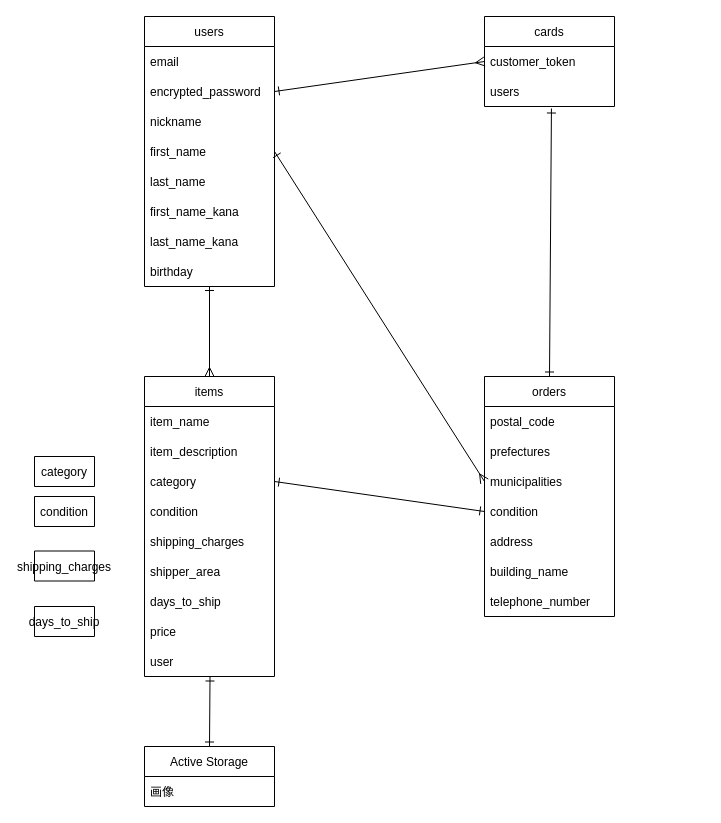
Before: er.dio in iamryoman/furima-15744, a draw.io diagram. Source tidied: cells renumbered, new cells numbered last; positions are measured from the earlier drawing's top-left corner, leaving out a move shared by most shapes. Both pictures are drawn from the tidied source at 100%, with x=0, y=0 at pixel (34, 16).
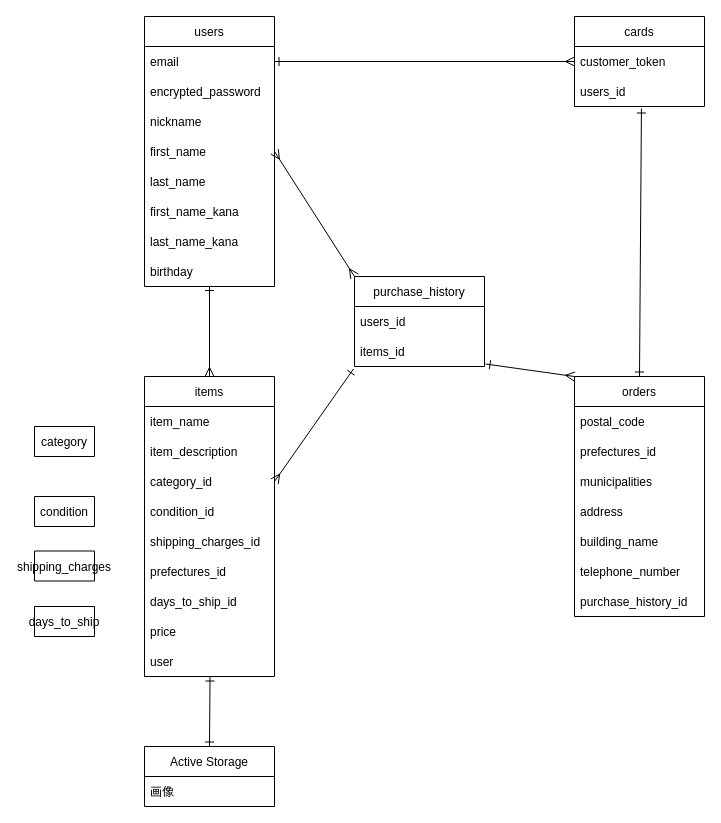
The same page after the edit.

The change refers to these unchanged cells:
```xml
<mxCell id="3" value="email" style="text;strokeColor=none;fillColor=none;align=left;verticalAlign=middle;spacingLeft=4;spacingRight=4;overflow=hidden;points=[[0,0.5],[1,0.5]];portConstraint=eastwest;" parent="2" vertex="1">
  <mxGeometry y="30" width="130" height="30" as="geometry" />
</mxCell>
<mxCell id="4" value="encrypted_password" style="text;strokeColor=none;fillColor=none;align=left;verticalAlign=middle;spacingLeft=4;spacingRight=4;overflow=hidden;points=[[0,0.5],[1,0.5]];portConstraint=eastwest;" parent="2" vertex="1">
  <mxGeometry y="60" width="130" height="30" as="geometry" />
</mxCell>
<mxCell id="6" value="first_name" style="text;strokeColor=none;fillColor=none;align=left;verticalAlign=middle;spacingLeft=4;spacingRight=4;overflow=hidden;points=[[0,0.5],[1,0.5]];portConstraint=eastwest;" parent="2" vertex="1">
  <mxGeometry y="120" width="130" height="30" as="geometry" />
</mxCell>
<mxCell id="11" value="items" style="swimlane;fontStyle=0;horizontal=1;startSize=30;" parent="1" vertex="1">
  <mxGeometry x="110" y="360" width="130" height="300" as="geometry" />
</mxCell>
<mxCell id="26" value="municipalities" style="text;strokeColor=none;fillColor=none;align=left;verticalAlign=middle;spacingLeft=4;spacingRight=4;overflow=hidden;points=[[0,0.5],[1,0.5]];portConstraint=eastwest;" parent="23" vertex="1">
  <mxGeometry y="90" width="130" height="30" as="geometry" />
</mxCell>
<mxCell id="32" value="customer_token" style="text;strokeColor=none;fillColor=none;align=left;verticalAlign=middle;spacingLeft=4;spacingRight=4;overflow=hidden;points=[[0,0.5],[1,0.5]];portConstraint=eastwest;" parent="31" vertex="1">
  <mxGeometry y="30" width="130" height="30" as="geometry" />
</mxCell>
```

The edit, as a diff of the source:
```diff
@@
-    <mxCell id="14" value="category" style="text;strokeColor=none;fillColor=none;align=left;verticalAlign=middle;spacingLeft=4;spacingRight=4;overflow=hidden;points=[[0,0.5],[1,0.5]];portConstraint=eastwest;" parent="11" vertex="1">
+    <mxCell id="14" value="category_id" style="text;strokeColor=none;fillColor=none;align=left;verticalAlign=middle;spacingLeft=4;spacingRight=4;overflow=hidden;points=[[0,0.5],[1,0.5]];portConstraint=eastwest;" parent="11" vertex="1">
       <mxGeometry y="90" width="130" height="30" as="geometry" />
     </mxCell>
-    <mxCell id="15" value="condition" style="text;strokeColor=none;fillColor=none;align=left;verticalAlign=middle;spacingLeft=4;spacingRight=4;overflow=hidden;" parent="11" vertex="1">
+    <mxCell id="15" value="condition_id" style="text;strokeColor=none;fillColor=none;align=left;verticalAlign=middle;spacingLeft=4;spacingRight=4;overflow=hidden;" parent="11" vertex="1">
       <mxGeometry y="120" width="130" height="30" as="geometry" />
     </mxCell>
-    <mxCell id="16" value="shipping_charges" style="text;strokeColor=none;fillColor=none;align=left;verticalAlign=middle;spacingLeft=4;spacingRight=4;overflow=hidden;" parent="11" vertex="1">
+    <mxCell id="16" value="shipping_charges_id" style="text;strokeColor=none;fillColor=none;align=left;verticalAlign=middle;spacingLeft=4;spacingRight=4;overflow=hidden;" parent="11" vertex="1">
       <mxGeometry y="150" width="130" height="30" as="geometry" />
     </mxCell>
-    <mxCell id="17" value="shipper_area" style="text;strokeColor=none;fillColor=none;align=left;verticalAlign=middle;spacingLeft=4;spacingRight=4;overflow=hidden;" parent="11" vertex="1">
+    <mxCell id="17" value="prefectures_id" style="text;strokeColor=none;fillColor=none;align=left;verticalAlign=middle;spacingLeft=4;spacingRight=4;overflow=hidden;" parent="11" vertex="1">
       <mxGeometry y="180" width="130" height="30" as="geometry" />
     </mxCell>
-    <mxCell id="18" value="days_to_ship" style="text;strokeColor=none;fillColor=none;align=left;verticalAlign=middle;spacingLeft=4;spacingRight=4;overflow=hidden;" parent="11" vertex="1">
+    <mxCell id="18" value="days_to_ship_id" style="text;strokeColor=none;fillColor=none;align=left;verticalAlign=middle;spacingLeft=4;spacingRight=4;overflow=hidden;" parent="11" vertex="1">
       <mxGeometry y="210" width="130" height="30" as="geometry" />
     </mxCell>
@@
     <mxCell id="21" value="category" style="swimlane;fontStyle=0;horizontal=1;startSize=30;" parent="1" vertex="1" collapsed="1">
-      <mxGeometry y="440" width="60" height="30" as="geometry" />
+      <mxGeometry y="410" width="60" height="30" as="geometry" />
     </mxCell>
@@
     <mxCell id="23" value="orders" style="swimlane;fontStyle=0;horizontal=1;startSize=30;" parent="1" vertex="1">
-      <mxGeometry x="450" y="360" width="130" height="240" as="geometry" />
+      <mxGeometry x="540" y="360" width="130" height="240" as="geometry" />
     </mxCell>
@@
-    <mxCell id="25" value="prefectures" style="text;strokeColor=none;fillColor=none;align=left;verticalAlign=middle;spacingLeft=4;spacingRight=4;overflow=hidden;" parent="23" vertex="1">
+    <mxCell id="25" value="prefectures_id" style="text;strokeColor=none;fillColor=none;align=left;verticalAlign=middle;spacingLeft=4;spacingRight=4;overflow=hidden;" parent="23" vertex="1">
       <mxGeometry y="60" width="130" height="30" as="geometry" />
     </mxCell>
@@
-    <mxCell id="27" value="condition" style="text;strokeColor=none;fillColor=none;align=left;verticalAlign=middle;spacingLeft=4;spacingRight=4;overflow=hidden;" parent="23" vertex="1">
-      <mxGeometry y="120" width="130" height="30" as="geometry" />
-    </mxCell>
     <mxCell id="28" value="address" style="text;strokeColor=none;fillColor=none;align=left;verticalAlign=middle;spacingLeft=4;spacingRight=4;overflow=hidden;" parent="23" vertex="1">
-      <mxGeometry y="150" width="130" height="30" as="geometry" />
+      <mxGeometry y="120" width="130" height="30" as="geometry" />
     </mxCell>
     <mxCell id="29" value="building_name" style="text;strokeColor=none;fillColor=none;align=left;verticalAlign=middle;spacingLeft=4;spacingRight=4;overflow=hidden;" parent="23" vertex="1">
-      <mxGeometry y="180" width="130" height="30" as="geometry" />
+      <mxGeometry y="150" width="130" height="30" as="geometry" />
     </mxCell>
     <mxCell id="30" value="telephone_number" style="text;strokeColor=none;fillColor=none;align=left;verticalAlign=middle;spacingLeft=4;spacingRight=4;overflow=hidden;" parent="23" vertex="1">
-      <mxGeometry y="210" width="130" height="30" as="geometry" />
+      <mxGeometry y="180" width="130" height="30" as="geometry" />
     </mxCell>
+    <mxCell id="44" value="purchase_history_id" style="text;strokeColor=none;fillColor=none;align=left;verticalAlign=middle;spacingLeft=4;spacingRight=4;overflow=hidden;" parent="23" vertex="1">
+      <mxGeometry y="210" width="130" height="30" as="geometry" />
+    </mxCell>
     <mxCell id="31" value="cards" style="swimlane;fontStyle=0;horizontal=1;startSize=30;" parent="1" vertex="1">
-      <mxGeometry x="450" width="130" height="90" as="geometry" />
+      <mxGeometry x="540" width="130" height="90" as="geometry" />
     </mxCell>
@@
-    <mxCell id="33" value="users" style="text;strokeColor=none;fillColor=none;align=left;verticalAlign=middle;spacingLeft=4;spacingRight=4;overflow=hidden;points=[[0,0.5],[1,0.5]];portConstraint=eastwest;" parent="31" vertex="1">
+    <mxCell id="33" value="users_id" style="text;strokeColor=none;fillColor=none;align=left;verticalAlign=middle;spacingLeft=4;spacingRight=4;overflow=hidden;points=[[0,0.5],[1,0.5]];portConstraint=eastwest;" parent="31" vertex="1">
       <mxGeometry y="60" width="130" height="30" as="geometry" />
     </mxCell>
-    <mxCell id="34" style="edgeStyle=none;html=1;exitX=1;exitY=0.5;exitDx=0;exitDy=0;entryX=0;entryY=0.5;entryDx=0;entryDy=0;fontSize=11;endArrow=ERmany;endFill=0;startSize=7;endSize=7;startArrow=ERone;startFill=0;" parent="1" edge="1" source="4" target="32">
+    <mxCell id="34" style="edgeStyle=none;html=1;exitX=1;exitY=0.5;exitDx=0;exitDy=0;entryX=0;entryY=0.5;entryDx=0;entryDy=0;fontSize=11;endArrow=ERmany;endFill=0;startSize=7;endSize=7;startArrow=ERone;startFill=0;" parent="1" edge="1" source="3" target="32">
       <mxGeometry relative="1" as="geometry" />
     </mxCell>
-    <mxCell id="35" style="edgeStyle=none;html=1;exitX=1;exitY=0.5;exitDx=0;exitDy=0;entryX=0;entryY=0.5;entryDx=0;entryDy=0;fontSize=11;endArrow=ERmany;endFill=0;startSize=7;endSize=7;strokeWidth=1;startArrow=ERone;startFill=0;" parent="1" edge="1" source="6" target="26">
+    <mxCell id="35" style="edgeStyle=none;html=1;exitX=1;exitY=0.5;exitDx=0;exitDy=0;fontSize=11;endArrow=ERmany;endFill=0;startSize=7;endSize=7;strokeWidth=1;startArrow=ERmany;startFill=0;entryX=0;entryY=0;entryDx=0;entryDy=0;" parent="1" edge="1" source="6" target="46">
       <mxGeometry relative="1" as="geometry" />
     </mxCell>
@@
-    <mxCell id="38" style="edgeStyle=none;html=1;exitX=1;exitY=0.5;exitDx=0;exitDy=0;entryX=0;entryY=0.5;entryDx=0;entryDy=0;fontSize=11;startArrow=ERone;startFill=0;endArrow=ERone;endFill=0;startSize=7;endSize=7;strokeWidth=1;" parent="1" edge="1" source="14">
-      <mxGeometry relative="1" as="geometry">
-        <mxPoint x="450" y="495" as="targetPoint" />
-      </mxGeometry>
+    <mxCell id="38" style="edgeStyle=none;html=1;exitX=1;exitY=0.5;exitDx=0;exitDy=0;entryX=-0.008;entryY=1.083;entryDx=0;entryDy=0;fontSize=11;startArrow=ERmany;startFill=0;endArrow=ERone;endFill=0;startSize=7;endSize=7;strokeWidth=1;entryPerimeter=0;" parent="1" edge="1" source="14" target="48">
+      <mxGeometry relative="1" as="geometry" />
     </mxCell>
@@
+    <mxCell id="45" style="edgeStyle=none;html=1;exitX=1.008;exitY=0.917;exitDx=0;exitDy=0;entryX=0;entryY=0;entryDx=0;entryDy=0;fontSize=11;startArrow=ERone;startFill=0;endArrow=ERmany;endFill=0;startSize=7;endSize=7;strokeWidth=1;exitPerimeter=0;" parent="1" edge="1" source="48" target="23">
+      <mxGeometry relative="1" as="geometry" />
+    </mxCell>
+    <mxCell id="46" value="purchase_history" style="swimlane;fontStyle=0;horizontal=1;startSize=30;" parent="1" vertex="1">
+      <mxGeometry x="320" y="260" width="130" height="90" as="geometry" />
+    </mxCell>
+    <mxCell id="47" value="users_id" style="text;strokeColor=none;fillColor=none;align=left;verticalAlign=middle;spacingLeft=4;spacingRight=4;overflow=hidden;" parent="46" vertex="1">
+      <mxGeometry y="30" width="130" height="30" as="geometry" />
+    </mxCell>
+    <mxCell id="48" value="items_id" style="text;strokeColor=none;fillColor=none;align=left;verticalAlign=middle;spacingLeft=4;spacingRight=4;overflow=hidden;points=[[0,0.5],[1,0.5]];portConstraint=eastwest;" parent="46" vertex="1">
+      <mxGeometry y="60" width="130" height="30" as="geometry" />
+    </mxCell>
```
